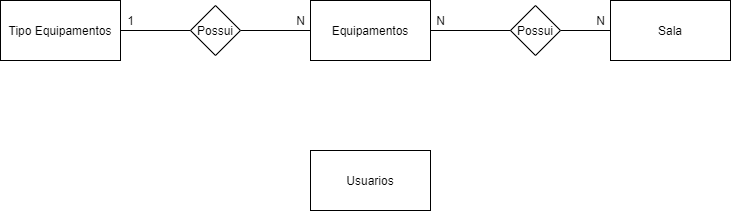
Before: MODELAGEM DE DADOS/ModeloConceitual.png, a diagram exported from draw.io (GuilhermeAndre2/Projeto_Inicial-3T). Source tidied: cells renumbered, new cells last; positions are measured from the earlier drawing's top-left corner, leaving out a move shared by most shapes.
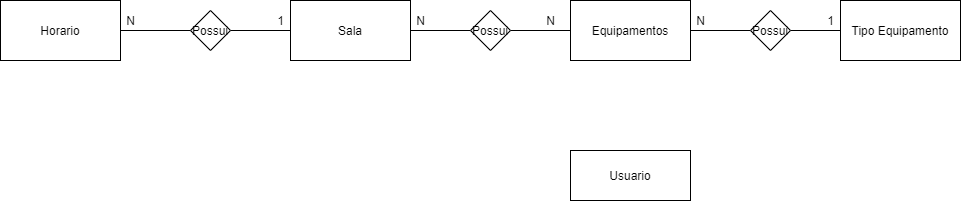
The same diagram one commit later.

Diff of the diagram source:
```diff
@@ -2,50 +2,68 @@
   <root>
     <mxCell id="0" />
     <mxCell id="1" parent="0" />
-    <mxCell id="2" style="edgeStyle=orthogonalEdgeStyle;rounded=0;jettySize=auto;html=1;exitX=0;exitY=0.5;exitDx=0;exitDy=0;entryX=1;entryY=0.5;entryDx=0;entryDy=0;endArrow=none;endFill=0;" parent="1" edge="1" source="3" target="10">
-      <mxGeometry relative="1" as="geometry" />
-    </mxCell>
+    <mxCell id="17" style="edgeStyle=orthogonalEdgeStyle;rounded=0;jettySize=auto;html=1;entryX=0;entryY=0.5;entryDx=0;entryDy=0;endArrow=none;endFill=0;" parent="1" edge="1" source="8" target="21">
+      <mxGeometry relative="1" as="geometry" />
+    </mxCell>
+    <mxCell id="8" value="Sala" style="rounded=0;whiteSpace=wrap;html=1;" parent="1" vertex="1">
+      <mxGeometry x="-10" y="180" width="120" height="60" as="geometry" />
+    </mxCell>
+    <mxCell id="18" style="edgeStyle=orthogonalEdgeStyle;rounded=0;jettySize=auto;html=1;exitX=1;exitY=0.5;exitDx=0;exitDy=0;endArrow=none;endFill=0;" parent="1" edge="1" source="3" target="23">
+      <mxGeometry relative="1" as="geometry" />
+    </mxCell>
+    <mxCell id="19" style="edgeStyle=orthogonalEdgeStyle;rounded=0;jettySize=auto;html=1;exitX=0;exitY=0.5;exitDx=0;exitDy=0;endArrow=none;endFill=0;" parent="1" edge="1" source="3" target="21">
+      <mxGeometry relative="1" as="geometry" />
+    </mxCell>
     <mxCell id="3" value="Equipamentos" style="rounded=0;whiteSpace=wrap;html=1;" parent="1" vertex="1">
-      <mxGeometry x="310" width="120" height="60" as="geometry" />
+      <mxGeometry x="270" y="180" width="120" height="60" as="geometry" />
     </mxCell>
-    <mxCell id="4" style="edgeStyle=orthogonalEdgeStyle;rounded=0;jettySize=auto;html=1;exitX=1;exitY=0.5;exitDx=0;exitDy=0;entryX=0;entryY=0.5;entryDx=0;entryDy=0;endArrow=none;endFill=0;" parent="1" edge="1" source="6" target="10">
-      <mxGeometry relative="1" as="geometry" />
-    </mxCell>
-    <mxCell id="5" style="edgeStyle=orthogonalEdgeStyle;rounded=0;jettySize=auto;html=1;endArrow=none;endFill=0;" parent="1" edge="1" source="6" target="10">
-      <mxGeometry relative="1" as="geometry" />
-    </mxCell>
-    <mxCell id="6" value="Tipo Equipamentos" style="rounded=0;whiteSpace=wrap;html=1;" parent="1" vertex="1">
-      <mxGeometry width="120" height="60" as="geometry" />
-    </mxCell>
-    <mxCell id="7" style="edgeStyle=orthogonalEdgeStyle;rounded=0;jettySize=auto;html=1;exitX=0;exitY=0.5;exitDx=0;exitDy=0;entryX=1;entryY=0.5;entryDx=0;entryDy=0;endArrow=none;endFill=0;" parent="1" edge="1" source="8" target="12">
-      <mxGeometry relative="1" as="geometry" />
-    </mxCell>
-    <mxCell id="8" value="Sala" style="rounded=0;whiteSpace=wrap;html=1;" parent="1" vertex="1">
-      <mxGeometry x="610" width="120" height="60" as="geometry" />
-    </mxCell>
-    <mxCell id="9" value="Usuarios" style="rounded=0;whiteSpace=wrap;html=1;" parent="1" vertex="1">
-      <mxGeometry x="310" y="150" width="120" height="60" as="geometry" />
-    </mxCell>
-    <mxCell id="10" value="Possui" style="rhombus;whiteSpace=wrap;html=1;" parent="1" vertex="1">
-      <mxGeometry x="190" y="5" width="50" height="50" as="geometry" />
-    </mxCell>
-    <mxCell id="11" style="edgeStyle=orthogonalEdgeStyle;rounded=0;jettySize=auto;html=1;exitX=0;exitY=0.5;exitDx=0;exitDy=0;entryX=1;entryY=0.5;entryDx=0;entryDy=0;endArrow=none;endFill=0;" parent="1" edge="1" source="12" target="3">
-      <mxGeometry relative="1" as="geometry" />
-    </mxCell>
-    <mxCell id="12" value="Possui" style="rhombus;whiteSpace=wrap;html=1;" parent="1" vertex="1">
-      <mxGeometry x="510" y="5" width="50" height="50" as="geometry" />
-    </mxCell>
-    <mxCell id="13" value="1" style="text;html=1;align=center;verticalAlign=middle;strokeColor=none;" parent="1" vertex="1">
-      <mxGeometry x="120" y="10" width="20" height="20" as="geometry" />
-    </mxCell>
-    <mxCell id="14" value="N" style="text;html=1;align=center;verticalAlign=middle;strokeColor=none;" parent="1" vertex="1">
-      <mxGeometry x="290" y="10" width="20" height="20" as="geometry" />
-    </mxCell>
-    <mxCell id="15" value="N" style="text;html=1;align=center;verticalAlign=middle;strokeColor=none;" parent="1" vertex="1">
-      <mxGeometry x="430" y="10" width="20" height="20" as="geometry" />
-    </mxCell>
-    <mxCell id="16" value="N" style="text;html=1;align=center;verticalAlign=middle;strokeColor=none;" parent="1" vertex="1">
-      <mxGeometry x="590" y="10" width="20" height="20" as="geometry" />
-    </mxCell>
+    <mxCell id="20" value="Tipo Equipamento" style="rounded=0;whiteSpace=wrap;html=1;" parent="1" vertex="1">
+      <mxGeometry x="540" y="180" width="120" height="60" as="geometry" />
+    </mxCell>
+    <mxCell id="21" value="Possui" style="rhombus;whiteSpace=wrap;html=1;" parent="1" vertex="1">
+      <mxGeometry x="170" y="190" width="40" height="40" as="geometry" />
+    </mxCell>
+    <mxCell id="22" style="edgeStyle=orthogonalEdgeStyle;rounded=0;jettySize=auto;html=1;exitX=1;exitY=0.5;exitDx=0;exitDy=0;entryX=0;entryY=0.5;entryDx=0;entryDy=0;endArrow=none;endFill=0;" parent="1" edge="1" source="23" target="20">
+      <mxGeometry relative="1" as="geometry" />
+    </mxCell>
+    <mxCell id="23" value="Possui" style="rhombus;whiteSpace=wrap;html=1;" parent="1" vertex="1">
+      <mxGeometry x="450" y="190" width="40" height="40" as="geometry" />
+    </mxCell>
+    <mxCell id="24" value="Usuario" style="rounded=0;whiteSpace=wrap;html=1;" parent="1" vertex="1">
+      <mxGeometry x="270" y="330" width="120" height="50" as="geometry" />
+    </mxCell>
+    <mxCell id="25" style="edgeStyle=orthogonalEdgeStyle;rounded=0;jettySize=auto;html=1;entryX=0;entryY=0.5;entryDx=0;entryDy=0;endArrow=none;endFill=0;" parent="1" edge="1" source="27" target="33">
+      <mxGeometry relative="1" as="geometry" />
+    </mxCell>
+    <mxCell id="26" style="edgeStyle=orthogonalEdgeStyle;rounded=0;jettySize=auto;html=1;endArrow=none;endFill=0;" parent="1" edge="1" source="27" target="33">
+      <mxGeometry relative="1" as="geometry" />
+    </mxCell>
+    <mxCell id="27" value="Horario" style="rounded=0;whiteSpace=wrap;html=1;" parent="1" vertex="1">
+      <mxGeometry x="-300" y="180" width="120" height="60" as="geometry" />
+    </mxCell>
+    <mxCell id="28" value="1" style="text;html=1;align=center;verticalAlign=middle;strokeColor=none;" parent="1" vertex="1">
+      <mxGeometry x="520" y="190" width="20" height="20" as="geometry" />
+    </mxCell>
+    <mxCell id="29" value="N" style="text;html=1;align=center;verticalAlign=middle;strokeColor=none;" parent="1" vertex="1">
+      <mxGeometry x="390" y="190" width="20" height="20" as="geometry" />
+    </mxCell>
+    <mxCell id="30" value="N" style="text;html=1;align=center;verticalAlign=middle;strokeColor=none;" parent="1" vertex="1">
+      <mxGeometry x="110" y="190" width="20" height="20" as="geometry" />
+    </mxCell>
+    <mxCell id="31" value="N" style="text;html=1;align=center;verticalAlign=middle;strokeColor=none;" parent="1" vertex="1">
+      <mxGeometry x="240" y="190" width="20" height="20" as="geometry" />
+    </mxCell>
+    <mxCell id="32" style="edgeStyle=orthogonalEdgeStyle;rounded=0;jettySize=auto;html=1;exitX=1;exitY=0.5;exitDx=0;exitDy=0;entryX=0;entryY=0.5;entryDx=0;entryDy=0;endArrow=none;endFill=0;" parent="1" edge="1" source="33" target="8">
+      <mxGeometry relative="1" as="geometry" />
+    </mxCell>
+    <mxCell id="33" value="Possui" style="rhombus;whiteSpace=wrap;html=1;" parent="1" vertex="1">
+      <mxGeometry x="-110" y="190" width="40" height="40" as="geometry" />
+    </mxCell>
+    <mxCell id="34" value="1" style="text;html=1;align=center;verticalAlign=middle;strokeColor=none;" parent="1" vertex="1">
+      <mxGeometry x="-30" y="190" width="20" height="20" as="geometry" />
+    </mxCell>
+    <mxCell id="35" value="N" style="text;html=1;align=center;verticalAlign=middle;strokeColor=none;" parent="1" vertex="1">
+      <mxGeometry x="-180" y="190" width="20" height="20" as="geometry" />
+    </mxCell>
   </root>
 </mxGraphModel>
```
